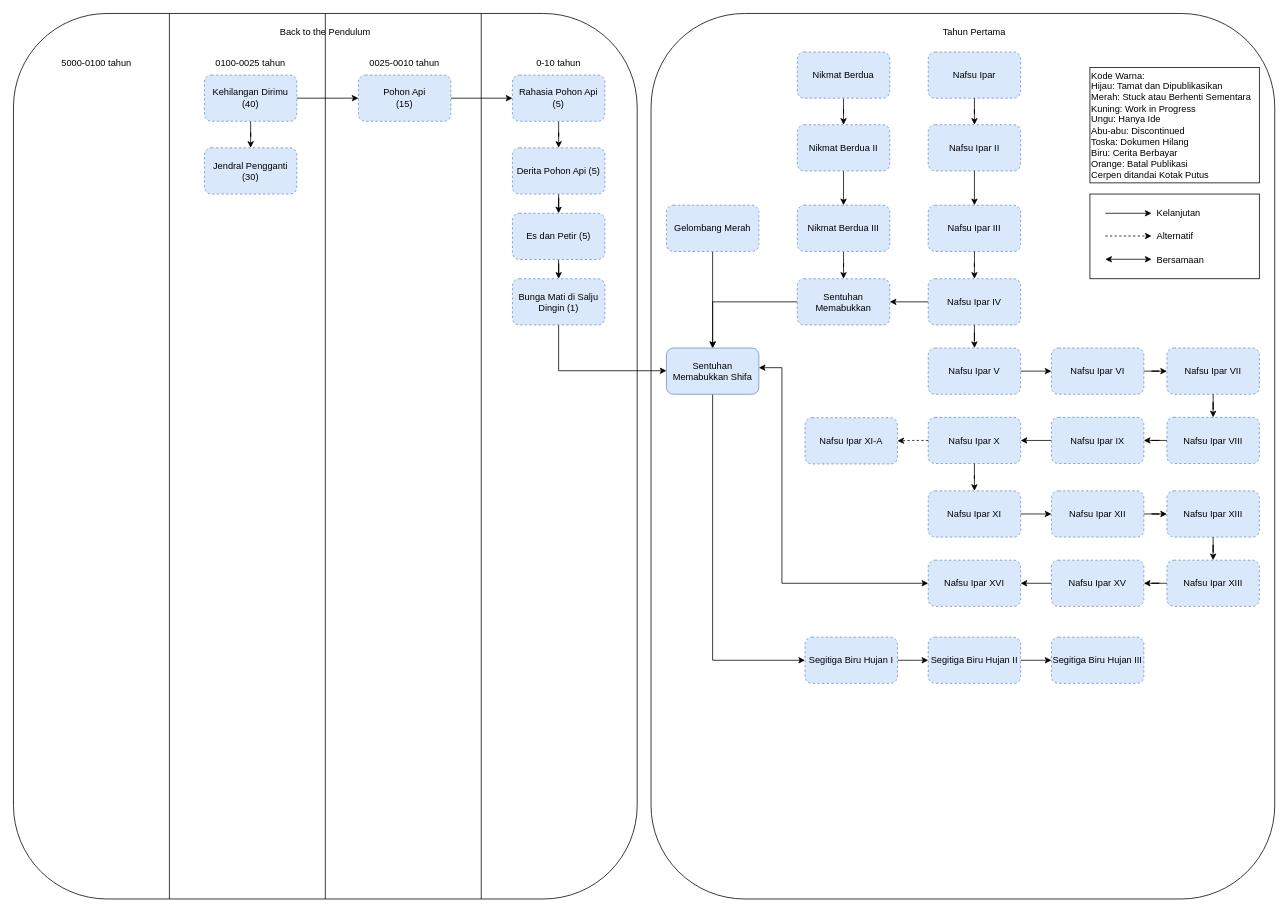
Earlier version of the draw.io diagram page "Somniumverse" (2 of 3) of TimelineSeluruhCerita.drawio (DaffaMage/affad-stories-diagram). Source tidied: cells renumbered, new cells numbered last; positions are measured from the earlier drawing's top-left corner, leaving out a move shared by most shapes. Both pictures are drawn from the tidied source at 77%, with x=0, y=0 at pixel (13, 13).
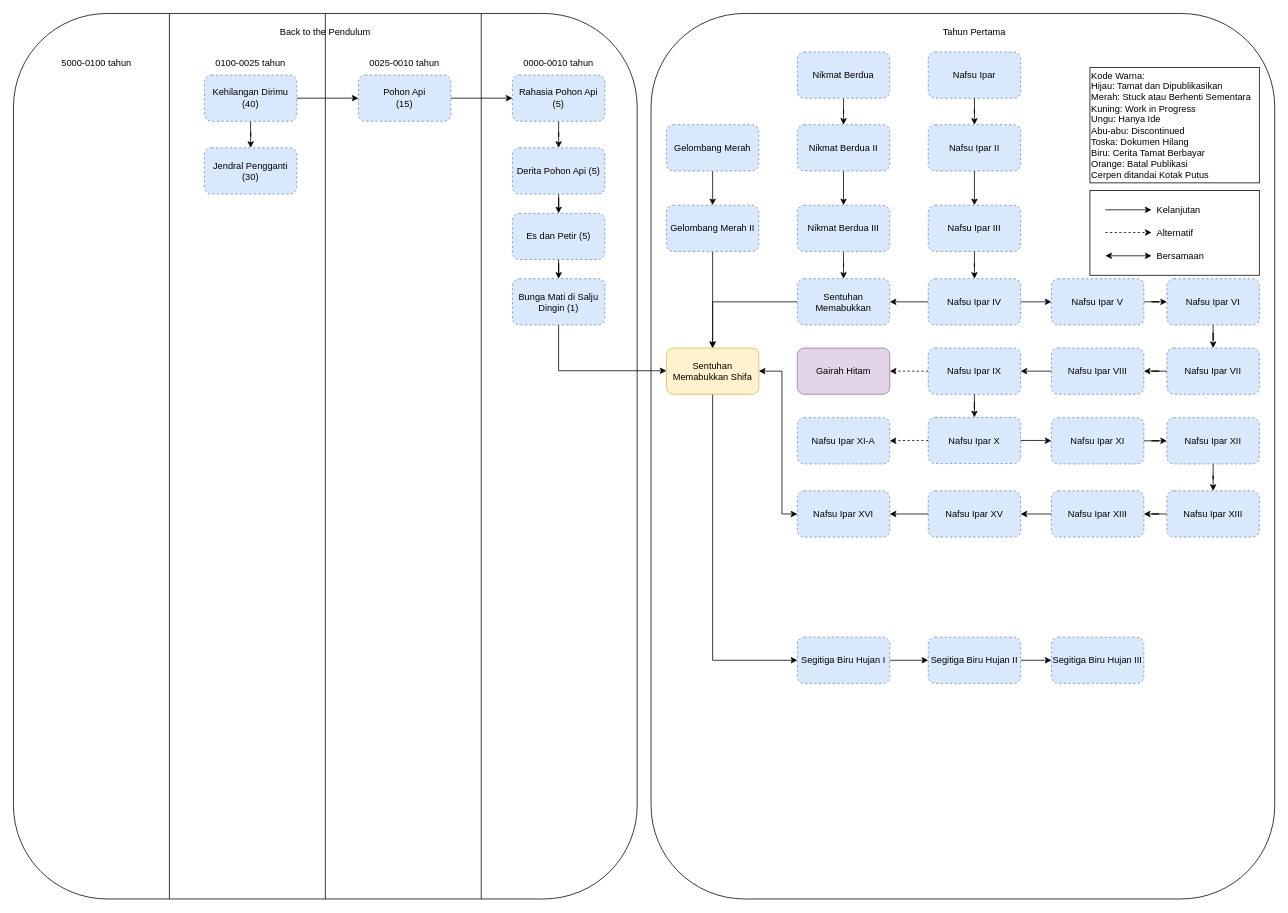
Above is the later version.

Diff of the diagram source:
```diff
@@
-    <mxCell id="3" value="Kode Warna:&lt;br&gt;Hijau: Tamat dan Dipublikasikan&lt;br&gt;Merah: Stuck atau Berhenti Sementara&lt;br&gt;Kuning: Work in Progress&lt;br&gt;Ungu: Hanya Ide&lt;br&gt;Abu-abu: Discontinued&lt;br&gt;Toska: Dokumen Hilang&lt;br&gt;Biru: Cerita Berbayar&lt;br&gt;Orange: Batal Publikasi&lt;br&gt;Cerpen ditandai Kotak Putus" style="rounded=0;whiteSpace=wrap;html=1;align=left;" parent="1" vertex="1">
+    <mxCell id="3" value="Kode Warna:&lt;br&gt;Hijau: Tamat dan Dipublikasikan&lt;br&gt;Merah: Stuck atau Berhenti Sementara&lt;br&gt;Kuning: Work in Progress&lt;br&gt;Ungu: Hanya Ide&lt;br&gt;Abu-abu: Discontinued&lt;br&gt;Toska: Dokumen Hilang&lt;br&gt;Biru: Cerita Tamat Berbayar&lt;br&gt;Orange: Batal Publikasi&lt;br&gt;Cerpen ditandai Kotak Putus" style="rounded=0;whiteSpace=wrap;html=1;align=left;" parent="1" vertex="1">
       <mxGeometry x="1398" y="70" width="220" height="150" as="geometry" />
     </mxCell>
@@
-    <mxCell id="7" value="Sentuhan Memabukkan Shifa" style="rounded=1;whiteSpace=wrap;html=1;fillColor=#dae8fc;strokeColor=#6c8ebf;" parent="1" vertex="1">
+    <mxCell id="7" value="Sentuhan Memabukkan Shifa" style="rounded=1;whiteSpace=wrap;html=1;fillColor=#fff2cc;strokeColor=#d6b656;" parent="1" vertex="1">
       <mxGeometry x="848" y="434.5" width="120" height="60" as="geometry" />
     </mxCell>
@@
     <mxCell id="9" value="Segitiga Biru Hujan I" style="rounded=1;whiteSpace=wrap;html=1;fillColor=#dae8fc;strokeColor=#6c8ebf;dashed=1;" parent="1" vertex="1">
-      <mxGeometry x="1028" y="810" width="120" height="60" as="geometry" />
+      <mxGeometry x="1018" y="810" width="120" height="60" as="geometry" />
     </mxCell>
@@
     <mxCell id="17" style="group;" parent="1" vertex="1">
-      <mxGeometry x="1398" y="234.5" width="220" height="110" as="geometry" />
+      <mxGeometry x="1398" y="230" width="220" height="110" as="geometry" />
     </mxCell>
@@
     <mxCell id="33" value="Nafsu Ipar V" style="rounded=1;whiteSpace=wrap;html=1;fillColor=#dae8fc;strokeColor=#6c8ebf;dashed=1;" parent="1" vertex="1">
-      <mxGeometry x="1188" y="434.5" width="120" height="60" as="geometry" />
+      <mxGeometry x="1348" y="344.5" width="120" height="60" as="geometry" />
     </mxCell>
     <mxCell id="34" value="Nafsu Ipar VI" style="rounded=1;whiteSpace=wrap;html=1;fillColor=#dae8fc;strokeColor=#6c8ebf;dashed=1;" parent="1" vertex="1">
-      <mxGeometry x="1348" y="434.5" width="120" height="60" as="geometry" />
+      <mxGeometry x="1498" y="344.5" width="120" height="60" as="geometry" />
     </mxCell>
@@
     <mxCell id="36" value="Nafsu Ipar VIII" style="rounded=1;whiteSpace=wrap;html=1;fillColor=#dae8fc;strokeColor=#6c8ebf;dashed=1;" parent="1" vertex="1">
-      <mxGeometry x="1498" y="524.5" width="120" height="60" as="geometry" />
+      <mxGeometry x="1348" y="434.5" width="120" height="60" as="geometry" />
     </mxCell>
+    <mxCell id="88" style="edgeStyle=orthogonalEdgeStyle;rounded=0;jettySize=auto;html=1;dashed=1;" parent="1" edge="1" source="37" target="92">
+      <mxGeometry relative="1" as="geometry" />
+    </mxCell>
     <mxCell id="37" value="Nafsu Ipar IX" style="rounded=1;whiteSpace=wrap;html=1;fillColor=#dae8fc;strokeColor=#6c8ebf;dashed=1;" parent="1" vertex="1">
-      <mxGeometry x="1348" y="524.5" width="120" height="60" as="geometry" />
+      <mxGeometry x="1188" y="434.5" width="120" height="60" as="geometry" />
     </mxCell>
@@
     <mxCell id="39" value="Nafsu Ipar XI-A" style="rounded=1;whiteSpace=wrap;html=1;fillColor=#dae8fc;strokeColor=#6c8ebf;dashed=1;" parent="1" vertex="1">
-      <mxGeometry x="1028" y="525" width="120" height="60" as="geometry" />
+      <mxGeometry x="1018" y="525" width="120" height="60" as="geometry" />
     </mxCell>
     <mxCell id="40" value="Nafsu Ipar XII" style="rounded=1;whiteSpace=wrap;html=1;fillColor=#dae8fc;strokeColor=#6c8ebf;dashed=1;" parent="1" vertex="1">
-      <mxGeometry x="1348" y="620" width="120" height="60" as="geometry" />
+      <mxGeometry x="1498" y="525" width="120" height="60" as="geometry" />
     </mxCell>
     <mxCell id="41" value="Nafsu Ipar XI" style="rounded=1;whiteSpace=wrap;html=1;fillColor=#dae8fc;strokeColor=#6c8ebf;dashed=1;" parent="1" vertex="1">
-      <mxGeometry x="1188" y="620" width="120" height="60" as="geometry" />
+      <mxGeometry x="1348" y="525" width="120" height="60" as="geometry" />
     </mxCell>
@@
     <mxCell id="43" value="Nafsu Ipar XV" style="rounded=1;whiteSpace=wrap;html=1;fillColor=#dae8fc;strokeColor=#6c8ebf;dashed=1;" parent="1" vertex="1">
-      <mxGeometry x="1348" y="710" width="120" height="60" as="geometry" />
+      <mxGeometry x="1188" y="620" width="120" height="60" as="geometry" />
     </mxCell>
     <mxCell id="44" value="Nafsu Ipar XIII" style="rounded=1;whiteSpace=wrap;html=1;fillColor=#dae8fc;strokeColor=#6c8ebf;dashed=1;" parent="1" vertex="1">
-      <mxGeometry x="1498" y="710" width="120" height="60" as="geometry" />
+      <mxGeometry x="1348" y="620" width="120" height="60" as="geometry" />
     </mxCell>
-    <mxCell id="45" style="edgeStyle=orthogonalEdgeStyle;rounded=0;jettySize=auto;html=1;startArrow=classic;startFill=1;" parent="1" edge="1" source="46" target="7">
+    <mxCell id="45" style="edgeStyle=orthogonalEdgeStyle;rounded=0;jettySize=auto;html=1;startArrow=classic;startFill=1;entryX=1;entryY=0.5;entryDx=0;entryDy=0;exitX=0;exitY=0.5;exitDx=0;exitDy=0;" parent="1" edge="1" source="46" target="7">
       <mxGeometry relative="1" as="geometry">
         <Array as="points">
-          <mxPoint x="998" y="740" />
-          <mxPoint x="998" y="460" />
+          <mxPoint x="998" y="650" />
+          <mxPoint x="998" y="465" />
         </Array>
       </mxGeometry>
     </mxCell>
     <mxCell id="46" value="Nafsu Ipar XVI" style="rounded=1;whiteSpace=wrap;html=1;fillColor=#dae8fc;strokeColor=#6c8ebf;dashed=1;" parent="1" vertex="1">
-      <mxGeometry x="1188" y="710" width="120" height="60" as="geometry" />
+      <mxGeometry x="1018" y="620" width="120" height="60" as="geometry" />
     </mxCell>
@@
-    <mxCell id="78" style="edgeStyle=orthogonalEdgeStyle;rounded=0;jettySize=auto;html=1;" parent="1" edge="1" source="79" target="7">
-      <mxGeometry relative="1" as="geometry" />
-    </mxCell>
+    <mxCell id="89" style="edgeStyle=orthogonalEdgeStyle;rounded=0;jettySize=auto;html=1;" parent="1" edge="1" source="79" target="91">
+      <mxGeometry relative="1" as="geometry" />
+    </mxCell>
     <mxCell id="79" value="Gelombang Merah" style="rounded=1;whiteSpace=wrap;html=1;fillColor=#dae8fc;strokeColor=#6c8ebf;dashed=1;" parent="1" vertex="1">
-      <mxGeometry x="848" y="249" width="120" height="60" as="geometry" />
+      <mxGeometry x="848" y="144.5" width="120" height="60" as="geometry" />
     </mxCell>
@@
-    <mxCell id="83" value="0-10 tahun" style="text;html=1;strokeColor=none;fillColor=none;align=center;verticalAlign=middle;whiteSpace=wrap;rounded=0;" parent="1" vertex="1">
+    <mxCell id="83" value="0000-0010 tahun" style="text;html=1;strokeColor=none;fillColor=none;align=center;verticalAlign=middle;whiteSpace=wrap;rounded=0;" parent="1" vertex="1">
       <mxGeometry x="658" y="50" width="100" height="30" as="geometry" />
     </mxCell>
@@
+    <mxCell id="90" style="edgeStyle=orthogonalEdgeStyle;rounded=0;jettySize=auto;html=1;" parent="1" edge="1" source="91" target="7">
+      <mxGeometry relative="1" as="geometry" />
+    </mxCell>
+    <mxCell id="91" value="Gelombang Merah II" style="rounded=1;whiteSpace=wrap;html=1;fillColor=#dae8fc;strokeColor=#6c8ebf;dashed=1;" parent="1" vertex="1">
+      <mxGeometry x="848" y="249" width="120" height="60" as="geometry" />
+    </mxCell>
+    <mxCell id="92" value="Gairah Hitam" style="rounded=1;whiteSpace=wrap;html=1;fillColor=#e1d5e7;strokeColor=#9673a6;" parent="1" vertex="1">
+      <mxGeometry x="1018" y="434.5" width="120" height="60" as="geometry" />
+    </mxCell>
```
